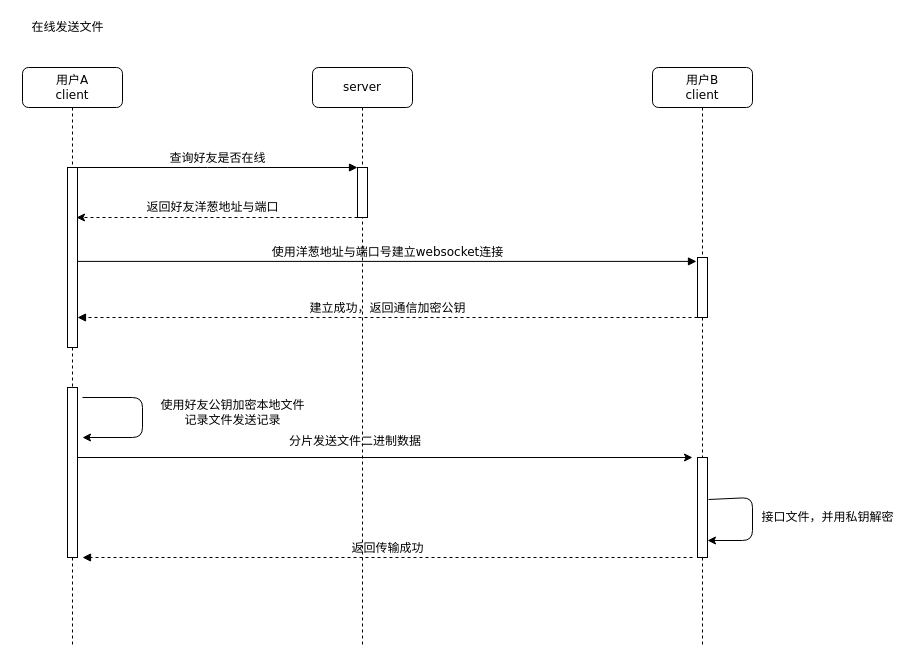
The draw.io diagram Untitled Diagram.drawio in Whistle1988/code, before the edit. Source tidied: cells renumbered, new cells numbered last; positions are measured from the earlier drawing's top-left corner, leaving out a move shared by most shapes. Both pictures are drawn from the tidied source at 100%, with x=0, y=0 at pixel (22, 17).
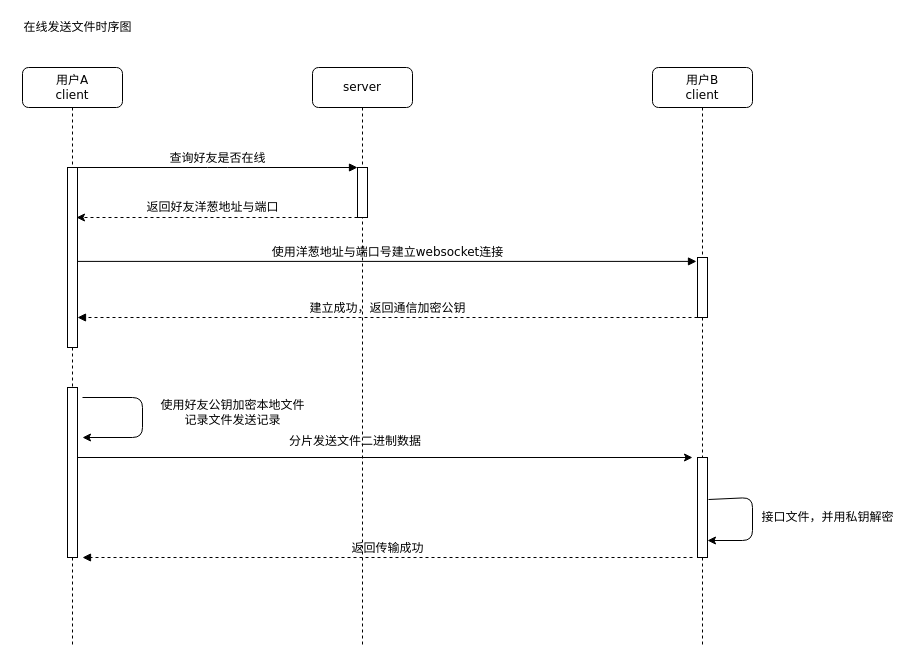
The same diagram, later.

The edit, as a diff of the source:
```diff
@@
-    <mxCell id="13" value="在线发送文件" style="text;html=1;align=center;verticalAlign=middle;" parent="1" vertex="1">
-      <mxGeometry width="90" height="20" as="geometry" />
+    <mxCell id="13" value="在线发送文件时序图" style="text;html=1;align=center;verticalAlign=middle;" parent="1" vertex="1">
+      <mxGeometry x="-5" width="120" height="20" as="geometry" />
     </mxCell>
```
